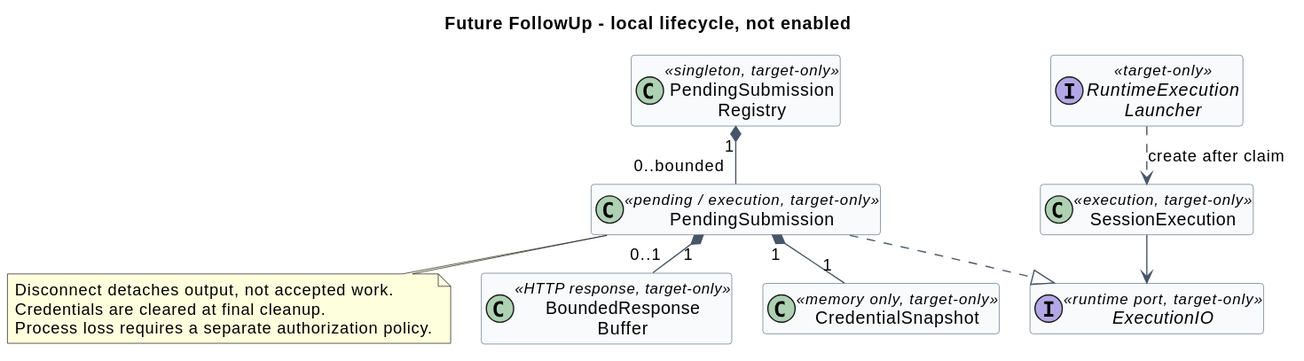
ssm0808/pi-mono-java-design keeps this PlantUML diagram as 01-总体架构/01-CampusClaw多Agent运行时/设计图/后续消息扩展/target_follow_up_local_lifecycle.svg. Above is the earlier version.
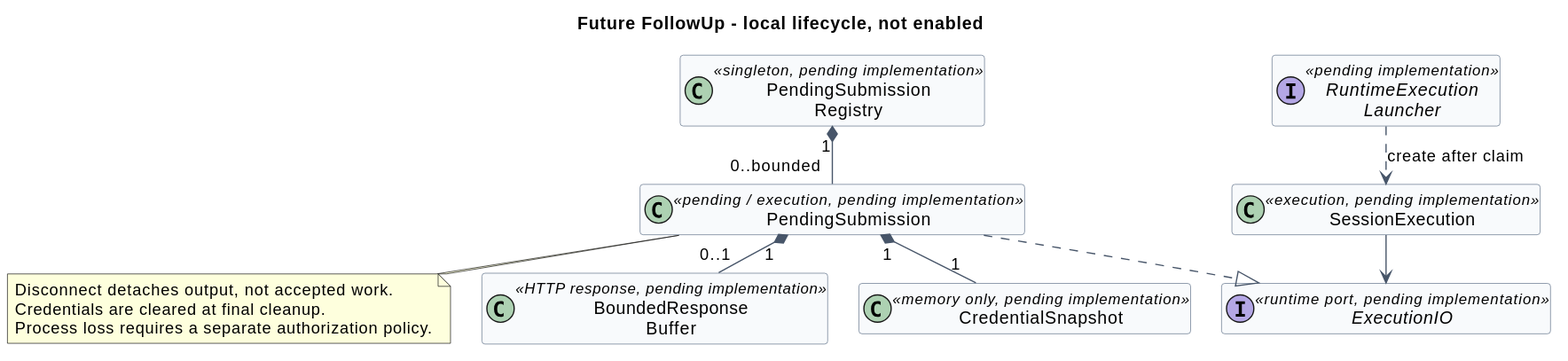
After the commit.

Change to the diagram source:
```diff
@@ -13,13 +13,13 @@
 skinparam ClassBackgroundColor #F8FAFC
 skinparam stereotypeFontSize 10
 
-class "PendingSubmission\nRegistry" as PendingSubmissionRegistry <<singleton, target-only>>
-class PendingSubmission <<pending / execution, target-only>>
-class CredentialSnapshot <<memory only, target-only>>
-class "BoundedResponse\nBuffer" as BoundedResponseBuffer <<HTTP response, target-only>>
-interface "RuntimeExecution\nLauncher" as RuntimeExecutionLauncher <<target-only>>
-class SessionExecution <<execution, target-only>>
-interface ExecutionIO <<runtime port, target-only>>
+class "PendingSubmission\nRegistry" as PendingSubmissionRegistry <<singleton, pending implementation>>
+class PendingSubmission <<pending / execution, pending implementation>>
+class CredentialSnapshot <<memory only, pending implementation>>
+class "BoundedResponse\nBuffer" as BoundedResponseBuffer <<HTTP response, pending implementation>>
+interface "RuntimeExecution\nLauncher" as RuntimeExecutionLauncher <<pending implementation>>
+class SessionExecution <<execution, pending implementation>>
+interface ExecutionIO <<runtime port, pending implementation>>
 PendingSubmissionRegistry "1" *-- "0..bounded" PendingSubmission
 PendingSubmission "1" *-- "1" CredentialSnapshot
 PendingSubmission "1" *-- "0..1" BoundedResponseBuffer
```
